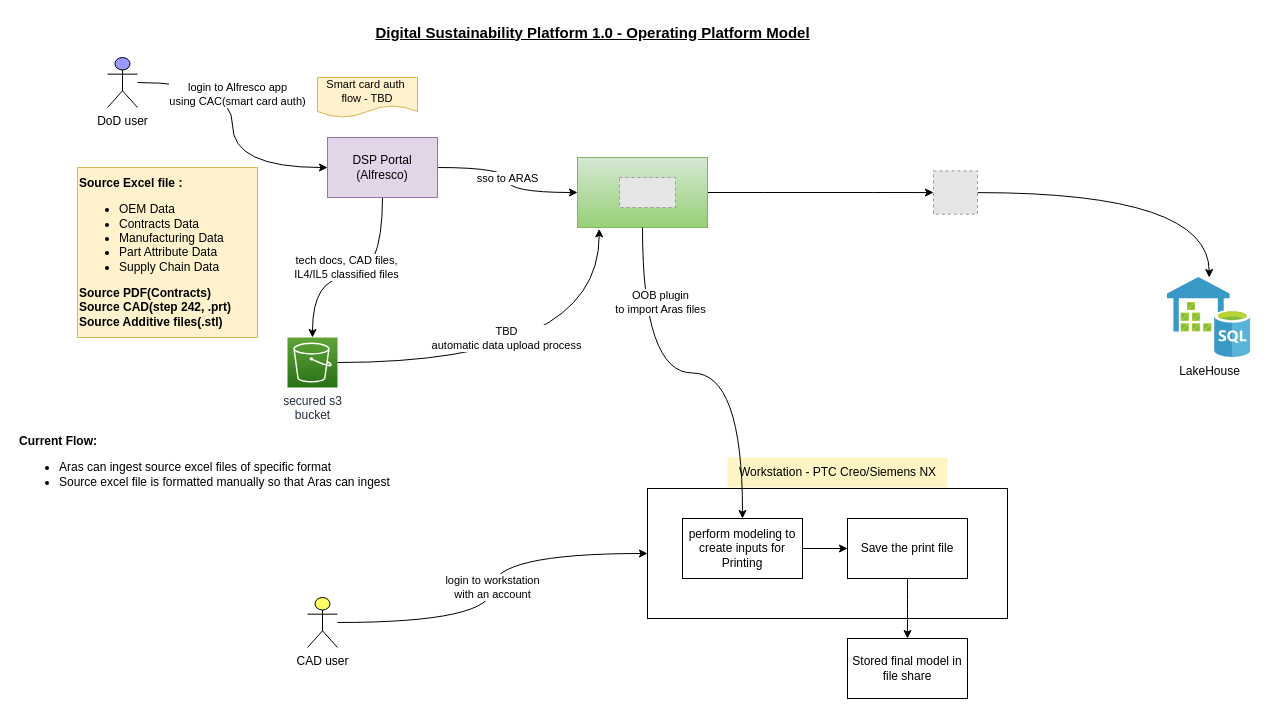
The draw.io diagram page "RGBSI - DSP" (4 of 5) of Ibex - 2.drawio in coolsharepoint/Test, before the edit. Source tidied: cells renumbered, new cells numbered last; positions are measured from the earlier drawing's top-left corner, leaving out a move shared by most shapes. Both pictures are drawn from the tidied source at 100%, with x=0, y=0 at pixel (17, 17). Pictures stored in the file or linked from it are replaced by grey dashed boxes.
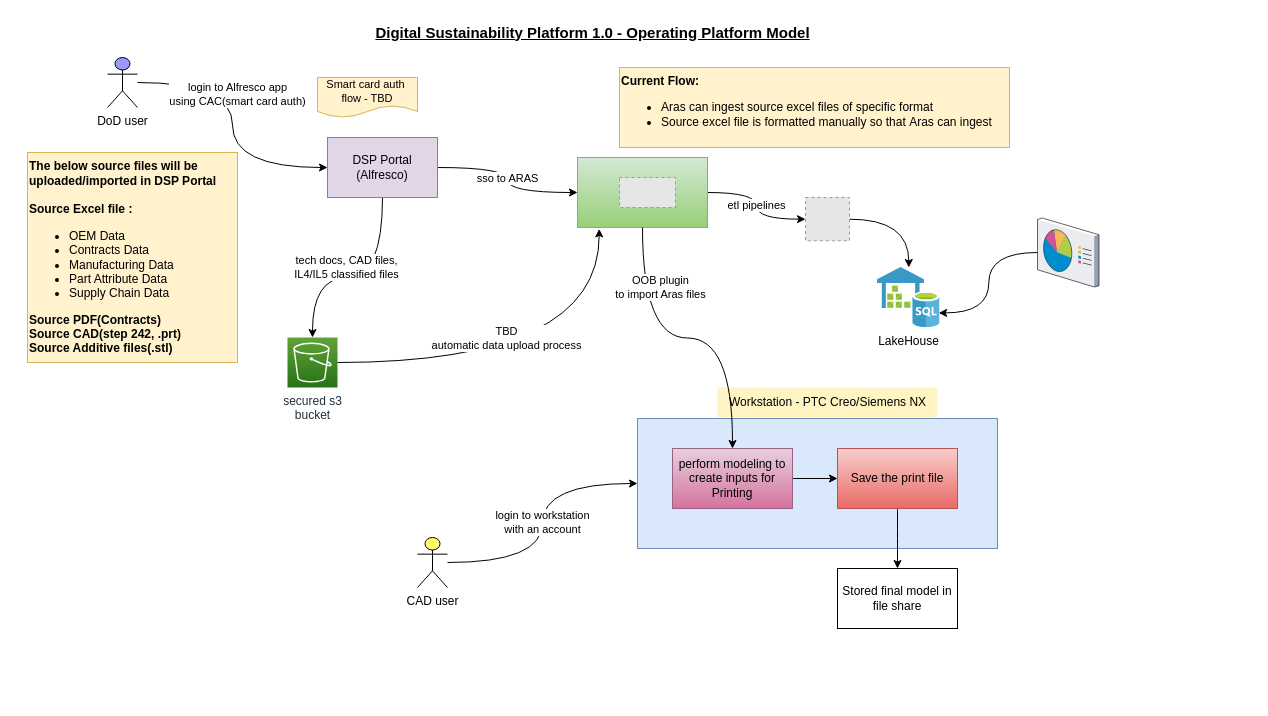
Above is the later version.

Unchanged cells that the change refers to:
```xml
<mxCell id="12" style="rounded=0;whiteSpace=wrap;html=1;fillColor=#d5e8d4;strokeColor=#82b366;gradientColor=#97d077;" parent="1" vertex="1">
  <mxGeometry x="560" y="140" width="130" height="70" as="geometry" />
</mxCell>
```

The edit, as a diff of the source:
```diff
@@
     <mxCell id="3" value="CAD user" style="shape=umlActor;verticalLabelPosition=bottom;verticalAlign=top;html=1;outlineConnect=0;fillColor=#FFFF66;" parent="1" vertex="1">
-      <mxGeometry x="290" y="580" width="30" height="50" as="geometry" />
+      <mxGeometry x="400" y="520" width="30" height="50" as="geometry" />
     </mxCell>
-    <mxCell id="4" style="rounded=0;whiteSpace=wrap;html=1;align=center;" parent="1" vertex="1">
-      <mxGeometry x="630" y="471" width="360" height="130" as="geometry" />
+    <mxCell id="4" style="rounded=0;whiteSpace=wrap;html=1;align=center;fillColor=#dae8fc;strokeColor=#6c8ebf;" parent="1" vertex="1">
+      <mxGeometry x="620" y="401" width="360" height="130" as="geometry" />
     </mxCell>
@@
-    <mxCell id="6" value="perform modeling to create inputs for Printing" style="rounded=0;whiteSpace=wrap;html=1;" parent="1" vertex="1">
-      <mxGeometry x="665" y="501" width="120" height="60" as="geometry" />
+    <mxCell id="6" value="perform modeling to create inputs for Printing" style="rounded=0;whiteSpace=wrap;html=1;fillColor=#e6d0de;gradientColor=#d5739d;strokeColor=#996185;" parent="1" vertex="1">
+      <mxGeometry x="655" y="431" width="120" height="60" as="geometry" />
     </mxCell>
     <mxCell id="7" value="Workstation - PTC Creo/Siemens NX" style="text;html=1;align=center;verticalAlign=middle;strokeColor=none;fillColor=#FFF4C3;" parent="1" vertex="1">
-      <mxGeometry x="710" y="440" width="220" height="30" as="geometry" />
+      <mxGeometry x="700" y="370" width="220" height="30" as="geometry" />
     </mxCell>
@@
-    <mxCell id="9" value="Save the print file" style="whiteSpace=wrap;html=1;rounded=0;" parent="1" vertex="1">
-      <mxGeometry x="830" y="501" width="120" height="60" as="geometry" />
+    <mxCell id="9" value="Save the print file" style="whiteSpace=wrap;html=1;rounded=0;fillColor=#f8cecc;gradientColor=#ea6b66;strokeColor=#b85450;" parent="1" vertex="1">
+      <mxGeometry x="820" y="431" width="120" height="60" as="geometry" />
     </mxCell>
     <mxCell id="10" value="Stored final model in file share" style="whiteSpace=wrap;html=1;rounded=0;" parent="1" vertex="1">
-      <mxGeometry x="830" y="621" width="120" height="60" as="geometry" />
+      <mxGeometry x="820" y="551" width="120" height="60" as="geometry" />
     </mxCell>
-    <mxCell id="11" style="edgeStyle=orthogonalEdgeStyle;rounded=0;jettySize=auto;html=1;entryX=0;entryY=0.5;entryDx=0;entryDy=0;curved=1;" parent="1" edge="1" source="12" target="21">
+    <mxCell id="11" value="etl pipelines" style="edgeStyle=orthogonalEdgeStyle;rounded=0;jettySize=auto;html=1;entryX=0;entryY=0.5;entryDx=0;entryDy=0;curved=1;" parent="1" edge="1" source="12" target="21">
       <mxGeometry relative="1" as="geometry" />
     </mxCell>
@@
     <mxCell id="19" value="LakeHouse" style="image;sketch=0;html=1;points=[];align=center;fontSize=12;image=img/lib/mscae/SQL_DataWarehouse.svg;" parent="1" vertex="1">
-      <mxGeometry x="1150" y="260" width="83.3" height="80" as="geometry" />
+      <mxGeometry x="860" y="250" width="62.5" height="60" as="geometry" />
     </mxCell>
@@
     <mxCell id="21" style="fillColor=#E6E6E6;strokeColor=#999999;dashed=1;verticalLabelPosition=bottom;labelBackgroundColor=default;verticalAlign=top;" parent="1" vertex="1">
-      <mxGeometry x="916" y="153.4" width="44" height="43.3" as="geometry" />
+      <mxGeometry x="788" y="180" width="44" height="43.3" as="geometry" />
     </mxCell>
@@
-    <mxCell id="29" value="&lt;b&gt;Source Excel file : &lt;/b&gt;&lt;br&gt;&lt;ul&gt;&lt;li&gt;OEM Data&lt;/li&gt;&lt;li&gt;Contracts Data&lt;/li&gt;&lt;li&gt;Manufacturing Data&lt;/li&gt;&lt;li&gt;Part Attribute Data&lt;/li&gt;&lt;li&gt;Supply Chain Data&lt;/li&gt;&lt;/ul&gt;&lt;div&gt;&lt;b&gt;Source PDF(Contracts)&lt;/b&gt;&lt;/div&gt;&lt;div&gt;&lt;b&gt;Source CAD(step 242, .prt)&lt;/b&gt;&lt;/div&gt;&lt;div&gt;&lt;b&gt;Source Additive files(.stl)&lt;/b&gt;&lt;/div&gt;" style="text;html=1;align=left;verticalAlign=middle;strokeColor=#d6b656;fillColor=#fff2cc;" parent="1" vertex="1">
-      <mxGeometry x="60" y="150" width="180" height="170" as="geometry" />
+    <mxCell id="29" value="&lt;b&gt;The below source files will be &lt;br&gt;uploaded/imported in DSP Portal&lt;br&gt;&lt;br&gt;Source Excel file : &lt;/b&gt;&lt;br&gt;&lt;ul&gt;&lt;li&gt;OEM Data&lt;/li&gt;&lt;li&gt;Contracts Data&lt;/li&gt;&lt;li&gt;Manufacturing Data&lt;/li&gt;&lt;li&gt;Part Attribute Data&lt;/li&gt;&lt;li&gt;Supply Chain Data&lt;/li&gt;&lt;/ul&gt;&lt;div&gt;&lt;b&gt;Source PDF(Contracts)&lt;/b&gt;&lt;/div&gt;&lt;div&gt;&lt;b&gt;Source CAD(step 242, .prt)&lt;/b&gt;&lt;/div&gt;&lt;div&gt;&lt;b&gt;Source Additive files(.stl)&lt;/b&gt;&lt;/div&gt;" style="text;html=1;align=left;verticalAlign=middle;strokeColor=#d6b656;fillColor=#fff2cc;" parent="1" vertex="1">
+      <mxGeometry x="10" y="135" width="210" height="210" as="geometry" />
     </mxCell>
-    <mxCell id="30" value="&lt;b&gt;Current Flow:&lt;/b&gt;&lt;br style=&quot;border-color: var(--border-color);&quot;&gt;&lt;ul&gt;&lt;li&gt;&lt;span style=&quot;&quot;&gt;Aras can ingest source excel files&amp;nbsp;&lt;/span&gt;of specific format&lt;/li&gt;&lt;li&gt;&lt;span style=&quot;&quot;&gt;Source excel file is formatted manually so that&amp;nbsp;&lt;/span&gt;Aras can ingest&lt;/li&gt;&lt;/ul&gt;" style="text;html=1;align=left;verticalAlign=middle;strokeColor=none;fillColor=none;" parent="1" vertex="1">
-      <mxGeometry y="410" width="390" height="80" as="geometry" />
+    <mxCell id="30" value="&lt;b&gt;Current Flow:&lt;/b&gt;&lt;br style=&quot;border-color: var(--border-color);&quot;&gt;&lt;ul&gt;&lt;li&gt;&lt;span style=&quot;&quot;&gt;Aras can ingest source excel files&amp;nbsp;&lt;/span&gt;of specific format&lt;/li&gt;&lt;li&gt;&lt;span style=&quot;&quot;&gt;Source excel file is formatted manually so that&amp;nbsp;&lt;/span&gt;Aras can ingest&lt;/li&gt;&lt;/ul&gt;" style="text;html=1;align=left;verticalAlign=middle;strokeColor=#d6b656;fillColor=#fff2cc;" parent="1" vertex="1">
+      <mxGeometry x="602" y="50" width="390" height="80" as="geometry" />
     </mxCell>
@@
+    <mxCell id="33" style="edgeStyle=orthogonalEdgeStyle;rounded=0;jettySize=auto;html=1;entryX=0.979;entryY=0.757;entryDx=0;entryDy=0;entryPerimeter=0;curved=1;" parent="1" edge="1" source="34" target="19">
+      <mxGeometry relative="1" as="geometry" />
+    </mxCell>
+    <mxCell id="34" style="verticalLabelPosition=bottom;sketch=0;html=1;verticalAlign=top;strokeColor=none;align=center;outlineConnect=0;shape=mxgraph.citrix.reporting;" parent="1" vertex="1">
+      <mxGeometry x="1020" y="200.5" width="61.5" height="69" as="geometry" />
+    </mxCell>
```
